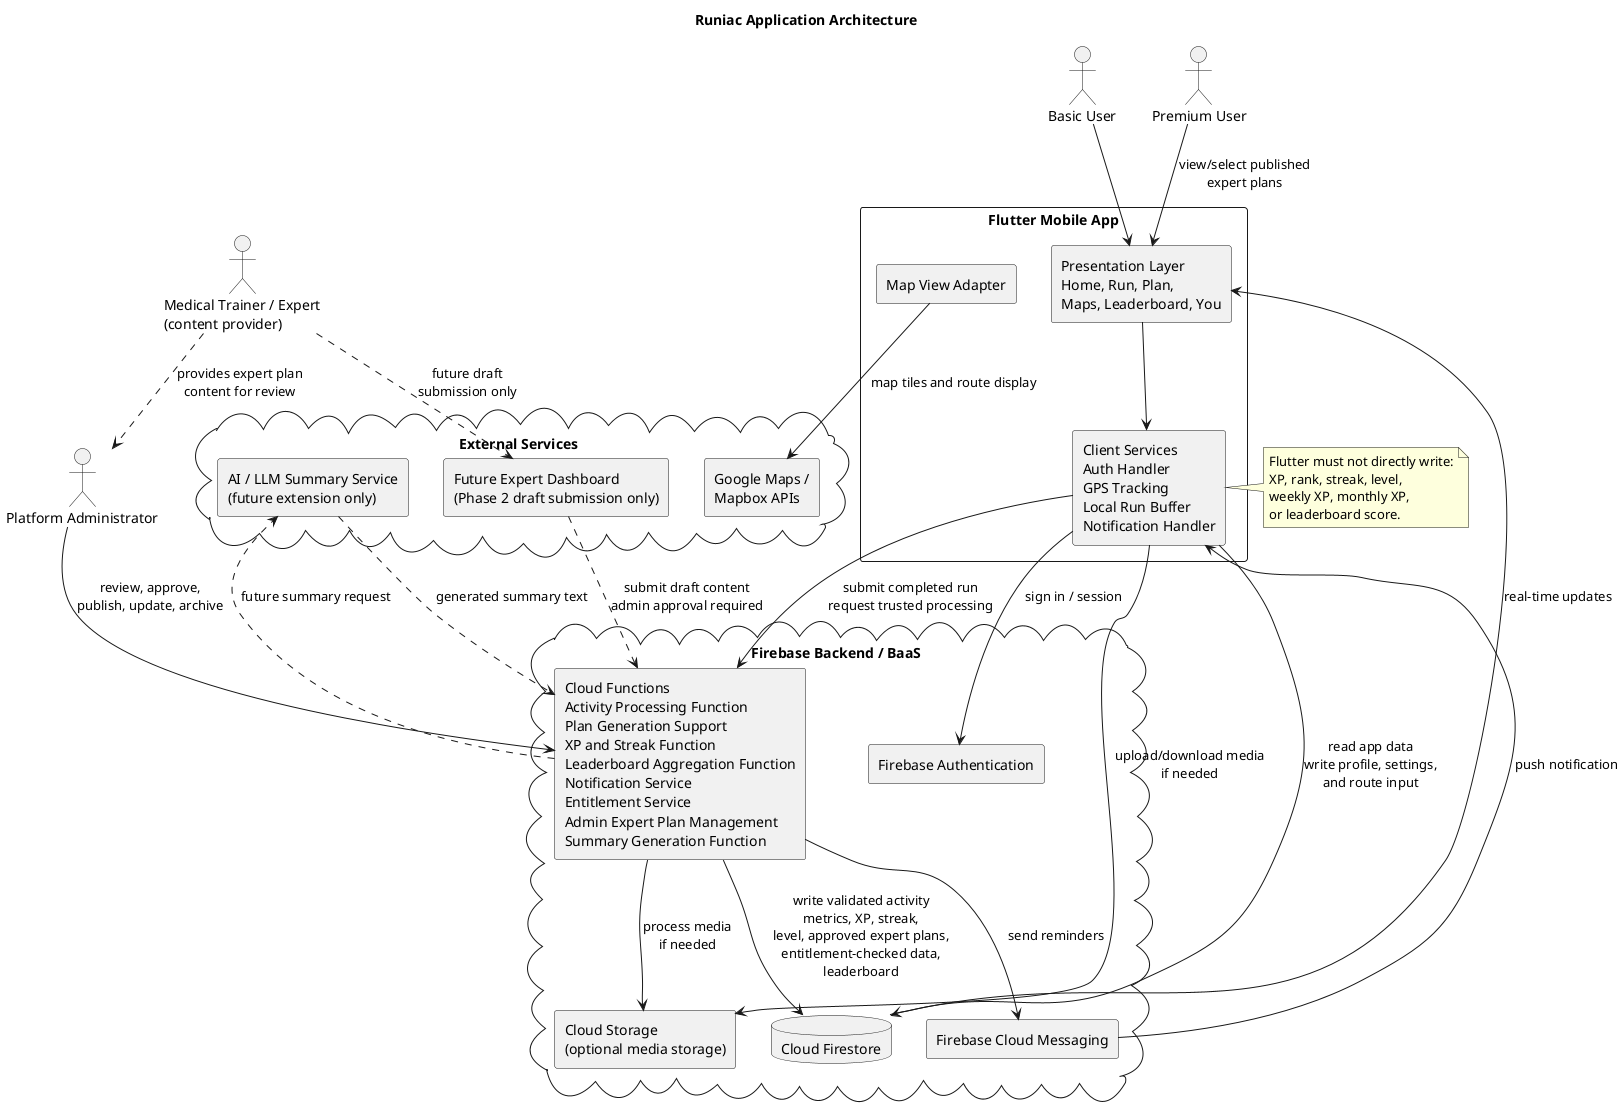
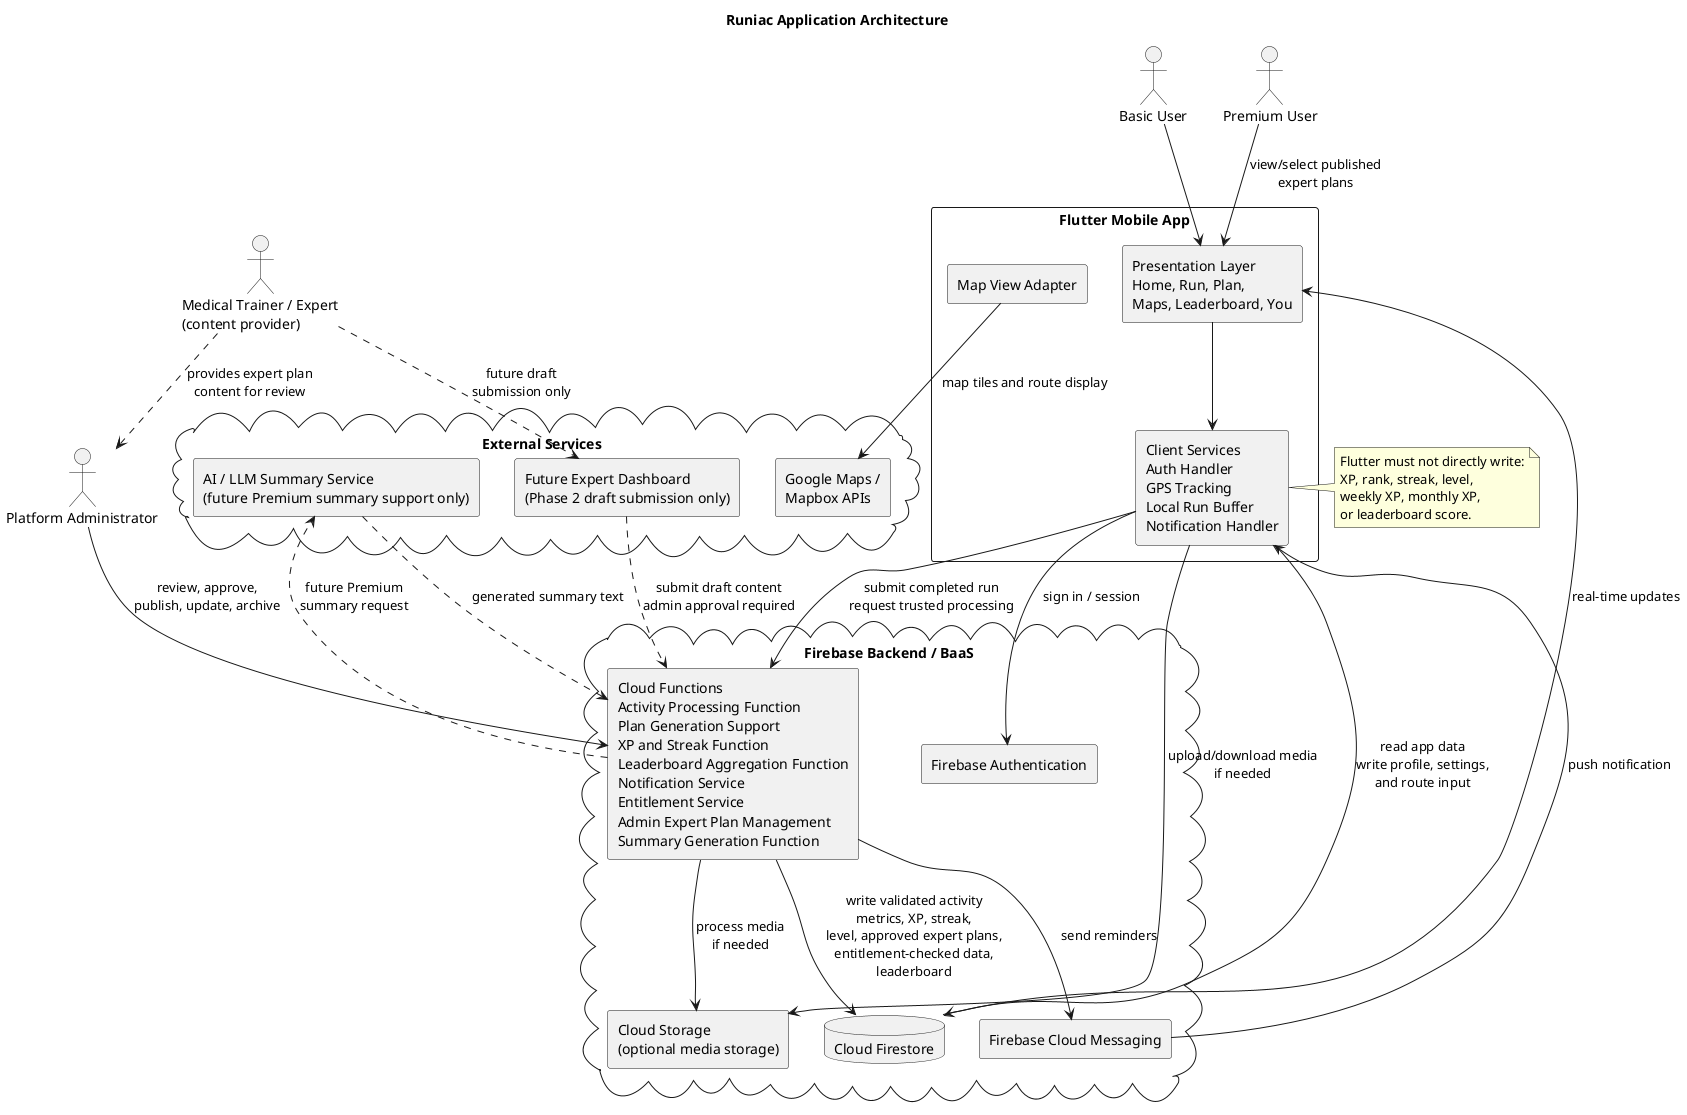
@startuml
title Runiac Application Architecture

skinparam componentStyle rectangle
skinparam shadowing false

actor "Basic User" as Basic
actor "Premium User" as Premium
actor "Platform Administrator" as Admin
actor "Medical Trainer / Expert\n(content provider)" as Expert

rectangle "Flutter Mobile App" as Flutter {
  component "Presentation Layer\nHome, Run, Plan,\nMaps, Leaderboard, You" as UI
  component "Client Services\nAuth Handler\nGPS Tracking\nLocal Run Buffer\nNotification Handler" as Client
  component "Map View Adapter" as MapAdapter
}

cloud "Firebase Backend / BaaS" as Firebase {
  component "Firebase Authentication" as Auth
  database "Cloud Firestore" as Firestore
  component "Cloud Functions\nActivity Processing Function\nPlan Generation Support\nXP and Streak Function\nLeaderboard Aggregation Function\nNotification Service\nEntitlement Service\nAdmin Expert Plan Management\nSummary Generation Function" as Functions
  component "Firebase Cloud Messaging" as FCM
  component "Cloud Storage\n(optional media storage)" as Storage
}

cloud "External Services" as External {
  component "Google Maps /\nMapbox APIs" as Maps
-   component "AI / LLM Summary Service\n(future extension only)" as AI
+   component "AI / LLM Summary Service\n(future Premium summary support only)" as AI
  component "Future Expert Dashboard\n(Phase 2 draft submission only)" as ExpertDash
}

Basic --> UI
Premium --> UI : view/select published\nexpert plans
Admin --> Functions : review, approve,\npublish, update, archive
Expert ..> Admin : provides expert plan\ncontent for review
Expert ..> ExpertDash : future draft\nsubmission only
ExpertDash ..> Functions : submit draft content\nadmin approval required

UI --> Client
Client --> Auth : sign in / session
Client --> Firestore : read app data\nwrite profile, settings,\nand route input
Client --> Functions : submit completed run\nrequest trusted processing
MapAdapter --> Maps : map tiles and route display

Functions --> Firestore : write validated activity\nmetrics, XP, streak,\nlevel, approved expert plans,\nentitlement-checked data,\nleaderboard
Functions --> FCM : send reminders
FCM --> Client : push notification

Client --> Storage : upload/download media\nif needed
Functions --> Storage : process media\nif needed

- Functions ..> AI : future summary request
+ Functions ..> AI : future Premium\nsummary request
AI ..> Functions : generated summary text

Firestore --> UI : real-time updates

note right of Client
Flutter must not directly write:
XP, rank, streak, level,
weekly XP, monthly XP,
or leaderboard score.
end note

@enduml
